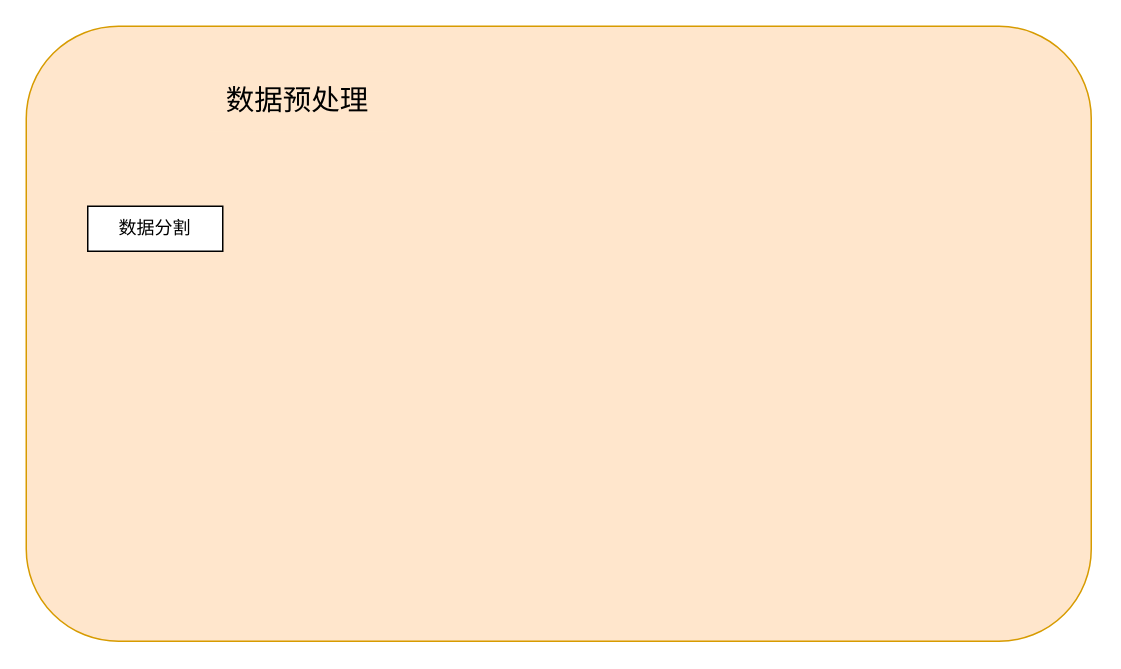
Above: 无人机轨迹预测流程图.drawio in night-god-7158/diagram- (draw.io), before the change. Source tidied: cells renumbered, new cells numbered last; positions are measured from the earlier drawing's top-left corner, leaving out a move shared by most shapes. Both pictures are drawn from the tidied source at 150%, with x=0, y=0 at pixel (26, 26).
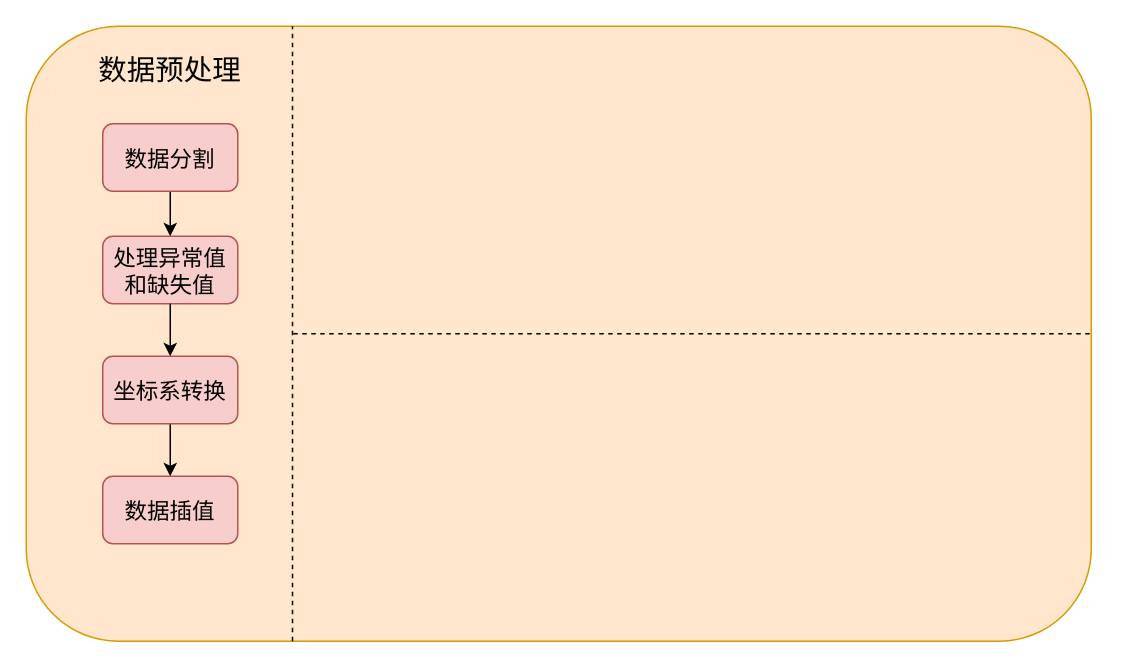
The same page after the edit.

Commit message:
更新无人机轨迹预测流程图.drawio

Change to the diagram source:
```diff
@@
 <mxGraphModel>
   <root>
     <mxCell id="0" />
     <mxCell id="1" parent="0" />
     <mxCell id="2" style="rounded=1;whiteSpace=wrap;html=1;fillColor=#ffe6cc;strokeColor=#d79b00;" parent="1" vertex="1">
       <mxGeometry width="710" height="410" as="geometry" />
     </mxCell>
     <mxCell id="3" value="数据预处理" style="rounded=0;whiteSpace=wrap;html=1;strokeColor=none;fillColor=#ffe6cc;fontSize=19;" parent="1" vertex="1">
-      <mxGeometry x="121" y="30" width="120" height="40" as="geometry" />
+      <mxGeometry x="36" y="10" width="120" height="40" as="geometry" />
     </mxCell>
+    <mxCell id="5" style="edgeStyle=orthogonalEdgeStyle;rounded=0;jettySize=auto;html=1;" parent="1" edge="1" source="4" target="8">
+      <mxGeometry relative="1" as="geometry" />
+    </mxCell>
-    <mxCell id="4" value="数据分割" style="rounded=0;whiteSpace=wrap;html=1;" parent="1" vertex="1">
-      <mxGeometry x="41" y="120" width="90" height="30" as="geometry" />
+    <mxCell id="4" value="数据分割" style="rounded=1;whiteSpace=wrap;html=1;fillColor=#f8cecc;strokeColor=#b85450;fontSize=15;" parent="1" vertex="1">
+      <mxGeometry x="51" y="65" width="90" height="45" as="geometry" />
     </mxCell>
+    <mxCell id="6" style="endArrow=none;dashed=1;html=1;rounded=0;entryX=0.25;entryY=0;entryDx=0;entryDy=0;exitX=0.25;exitY=1;exitDx=0;exitDy=0;" parent="1" edge="1" source="2" target="2">
+      <mxGeometry relative="1" as="geometry" />
+    </mxCell>
+    <mxCell id="7" style="edgeStyle=orthogonalEdgeStyle;rounded=0;jettySize=auto;html=1;" parent="1" edge="1" source="11" target="9">
+      <mxGeometry relative="1" as="geometry" />
+    </mxCell>
+    <mxCell id="8" value="处理异常值和缺失值" style="rounded=1;whiteSpace=wrap;html=1;fillColor=#f8cecc;strokeColor=#b85450;fontSize=15;" parent="1" vertex="1">
+      <mxGeometry x="51" y="140" width="90" height="45" as="geometry" />
+    </mxCell>
+    <mxCell id="9" value="数据插值" style="rounded=1;whiteSpace=wrap;html=1;fillColor=#f8cecc;strokeColor=#b85450;fontSize=15;" parent="1" vertex="1">
+      <mxGeometry x="51" y="300" width="90" height="45" as="geometry" />
+    </mxCell>
+    <mxCell id="10" style="edgeStyle=orthogonalEdgeStyle;rounded=0;jettySize=auto;html=1;" parent="1" edge="1" source="8" target="11">
+      <mxGeometry relative="1" as="geometry" />
+    </mxCell>
+    <mxCell id="11" value="坐标系转换" style="rounded=1;whiteSpace=wrap;html=1;fillColor=#f8cecc;strokeColor=#b85450;fontSize=15;" parent="1" vertex="1">
+      <mxGeometry x="51" y="220" width="90" height="45" as="geometry" />
+    </mxCell>
+    <mxCell id="12" style="endArrow=none;dashed=1;html=1;rounded=0;" parent="1" edge="1">
+      <mxGeometry relative="1" as="geometry">
+        <mxPoint x="178" y="205" as="sourcePoint" />
+        <mxPoint x="711" y="205" as="targetPoint" />
+      </mxGeometry>
+    </mxCell>
   </root>
 </mxGraphModel>
```
